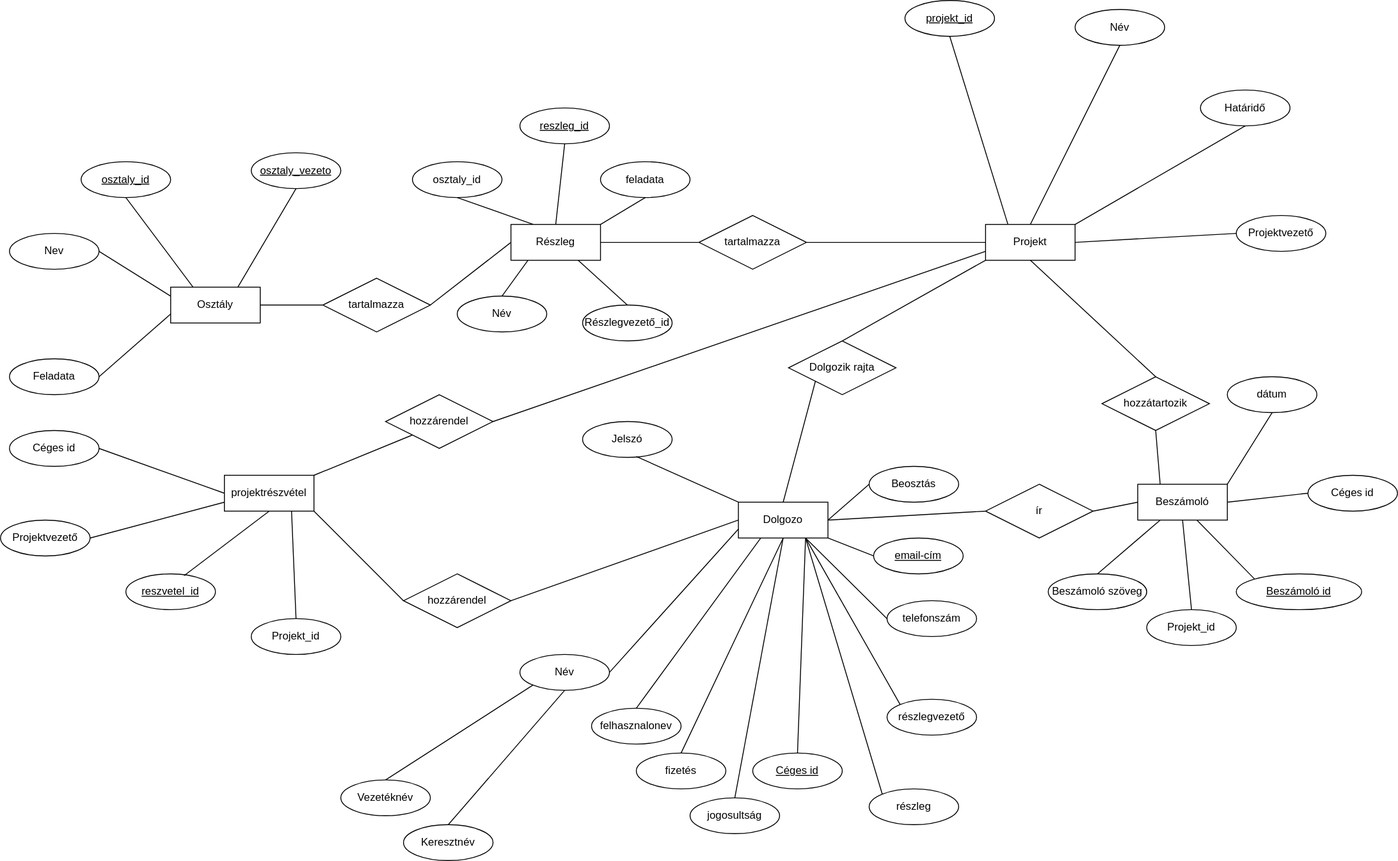
Earlier version of the draw.io export adatb.drawio.svg (Alfonz33/adatbazis-projektmunka). Source tidied: cells renumbered, new cells last; positions are measured from the earlier drawing's top-left corner, leaving out a move shared by most shapes.
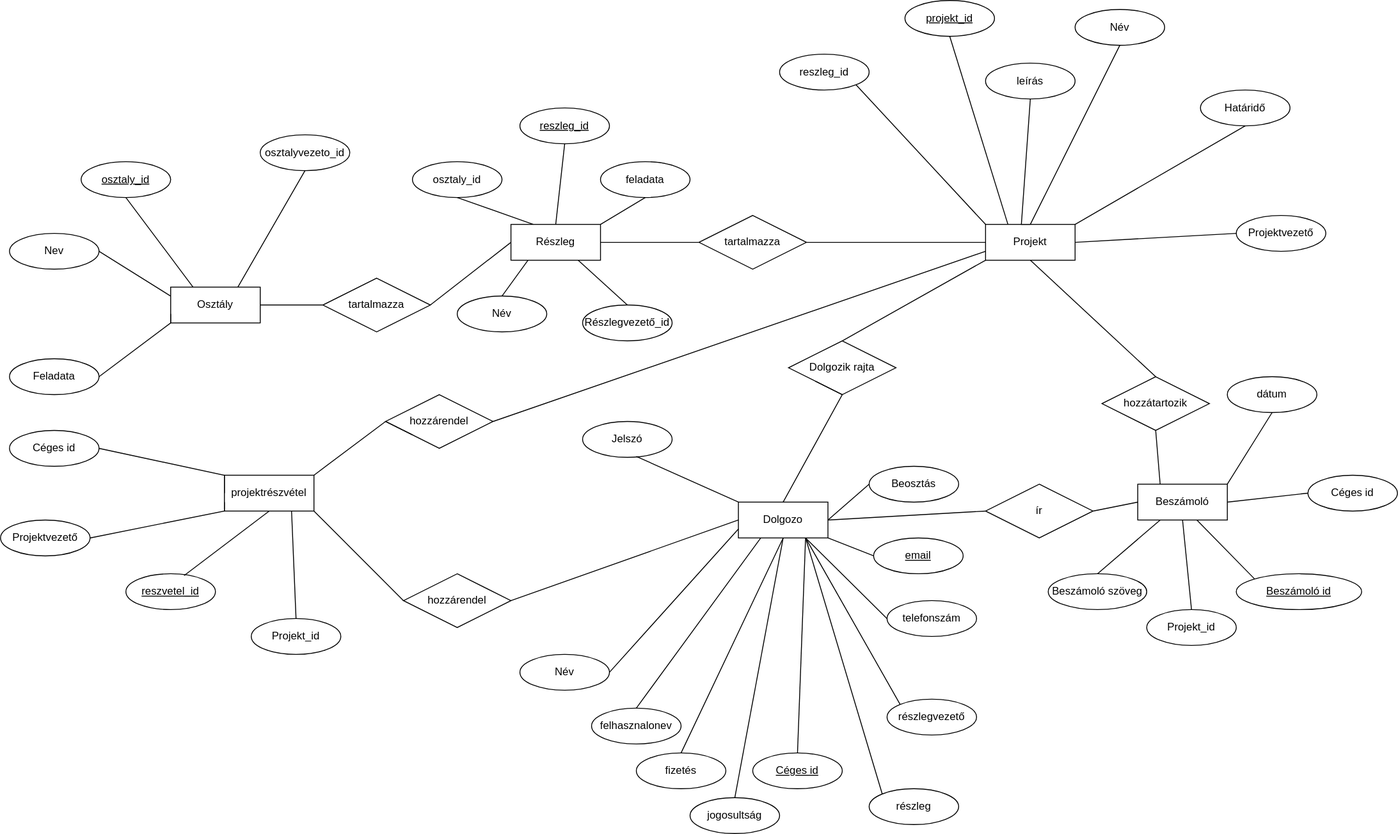
After the commit.

What changed in the source:
```diff
@@ -56,14 +56,12 @@
     <mxCell id="19" value="Projektvezető" style="ellipse;whiteSpace=wrap;html=1;align=center;" parent="1" vertex="1">
       <mxGeometry x="1380" y="240" width="100" height="40" as="geometry" />
     </mxCell>
-    <mxCell id="20" value="Vezetéknév" style="ellipse;whiteSpace=wrap;html=1;align=center;" parent="1" vertex="1">
-      <mxGeometry x="380" y="870" width="100" height="40" as="geometry" />
-    </mxCell>
-    <mxCell id="21" value="Keresztnév" style="ellipse;whiteSpace=wrap;html=1;align=center;" parent="1" vertex="1">
-      <mxGeometry x="450" y="920" width="100" height="40" as="geometry" />
-    </mxCell>
     <mxCell id="22" style="endArrow=none;html=1;rounded=0;exitX=1;exitY=0.5;exitDx=0;exitDy=0;entryX=0;entryY=0.75;entryDx=0;entryDy=0;" parent="1" edge="1" source="14" target="11">
-      <mxGeometry relative="1" as="geometry" />
+      <mxGeometry relative="1" as="geometry">
+        <Array as="points">
+          <mxPoint x="190" y="360" />
+        </Array>
+      </mxGeometry>
     </mxCell>
     <mxCell id="23" value="Nev" style="ellipse;whiteSpace=wrap;html=1;align=center;" parent="1" vertex="1">
       <mxGeometry x="10" y="260" width="100" height="40" as="geometry" />
@@ -77,10 +75,7 @@
     <mxCell id="26" style="endArrow=none;html=1;rounded=0;exitX=0.5;exitY=1;exitDx=0;exitDy=0;entryX=0.25;entryY=0;entryDx=0;entryDy=0;" parent="1" edge="1" source="25" target="11">
       <mxGeometry relative="1" as="geometry" />
     </mxCell>
-    <mxCell id="27" value="osztaly_vezeto" style="ellipse;whiteSpace=wrap;html=1;align=center;fontStyle=4;" parent="1" vertex="1">
-      <mxGeometry x="280" y="170" width="100" height="40" as="geometry" />
-    </mxCell>
-    <mxCell id="28" style="endArrow=none;html=1;rounded=0;exitX=0.5;exitY=1;exitDx=0;exitDy=0;entryX=0.75;entryY=0;entryDx=0;entryDy=0;" parent="1" edge="1" source="27" target="11">
+    <mxCell id="28" style="endArrow=none;html=1;rounded=0;exitX=0.5;exitY=1;exitDx=0;exitDy=0;entryX=0.75;entryY=0;entryDx=0;entryDy=0;" parent="1" edge="1" source="105" target="11">
       <mxGeometry relative="1" as="geometry" />
     </mxCell>
     <mxCell id="29" value="tartalmazza" style="shape=rhombus;perimeter=rhombusPerimeter;whiteSpace=wrap;html=1;align=center;" parent="1" vertex="1">
@@ -180,7 +175,11 @@
       <mxGeometry x="880" y="380" width="120" height="60" as="geometry" />
     </mxCell>
     <mxCell id="61" style="endArrow=none;html=1;rounded=0;exitX=0;exitY=1;exitDx=0;exitDy=0;entryX=0.5;entryY=0;entryDx=0;entryDy=0;" parent="1" edge="1" source="60" target="2">
-      <mxGeometry relative="1" as="geometry" />
+      <mxGeometry relative="1" as="geometry">
+        <Array as="points">
+          <mxPoint x="940" y="440" />
+        </Array>
+      </mxGeometry>
     </mxCell>
     <mxCell id="62" style="endArrow=none;html=1;rounded=0;exitX=0.6;exitY=0.975;exitDx=0;exitDy=0;exitPerimeter=0;entryX=0;entryY=0;entryDx=0;entryDy=0;" parent="1" edge="1" source="12" target="2">
       <mxGeometry relative="1" as="geometry" />
@@ -198,19 +197,31 @@
       <mxGeometry x="250" y="530" width="100" height="40" as="geometry" />
     </mxCell>
     <mxCell id="67" style="endArrow=none;html=1;rounded=0;exitX=1;exitY=0;exitDx=0;exitDy=0;entryX=0;entryY=1;entryDx=0;entryDy=0;" parent="1" edge="1" source="66" target="64">
-      <mxGeometry relative="1" as="geometry" />
+      <mxGeometry relative="1" as="geometry">
+        <Array as="points">
+          <mxPoint x="430" y="470" />
+        </Array>
+      </mxGeometry>
     </mxCell>
     <mxCell id="68" value="Céges id" style="ellipse;whiteSpace=wrap;html=1;align=center;" parent="1" vertex="1">
       <mxGeometry x="10" y="480" width="100" height="40" as="geometry" />
     </mxCell>
     <mxCell id="69" style="endArrow=none;html=1;rounded=0;exitX=1;exitY=0.5;exitDx=0;exitDy=0;entryX=0;entryY=0.5;entryDx=0;entryDy=0;" parent="1" edge="1" source="68" target="66">
-      <mxGeometry relative="1" as="geometry" />
+      <mxGeometry relative="1" as="geometry">
+        <Array as="points">
+          <mxPoint x="250" y="530" />
+        </Array>
+      </mxGeometry>
     </mxCell>
     <mxCell id="70" value="Projektvezető" style="ellipse;whiteSpace=wrap;html=1;align=center;" parent="1" vertex="1">
       <mxGeometry y="580" width="100" height="40" as="geometry" />
     </mxCell>
     <mxCell id="71" style="endArrow=none;html=1;rounded=0;entryX=0;entryY=0.75;entryDx=0;entryDy=0;exitX=1;exitY=0.5;exitDx=0;exitDy=0;" parent="1" edge="1" source="70" target="66">
-      <mxGeometry relative="1" as="geometry" />
+      <mxGeometry relative="1" as="geometry">
+        <Array as="points">
+          <mxPoint x="250" y="570" />
+        </Array>
+      </mxGeometry>
     </mxCell>
     <mxCell id="72" value="reszvetel_&lt;span style=&quot;background-color: initial;&quot;&gt;id&lt;/span&gt;" style="ellipse;whiteSpace=wrap;html=1;align=center;fontStyle=4;" parent="1" vertex="1">
       <mxGeometry x="140" y="640" width="100" height="40" as="geometry" />
@@ -233,16 +244,10 @@
     <mxCell id="78" style="endArrow=none;html=1;rounded=0;exitX=1;exitY=0.5;exitDx=0;exitDy=0;entryX=0;entryY=0.5;entryDx=0;entryDy=0;" parent="1" edge="1" source="15" target="2">
       <mxGeometry relative="1" as="geometry" />
     </mxCell>
-    <mxCell id="79" style="endArrow=none;html=1;rounded=0;exitX=0;exitY=1;exitDx=0;exitDy=0;entryX=0.5;entryY=0;entryDx=0;entryDy=0;" parent="1" edge="1" source="9" target="20">
-      <mxGeometry relative="1" as="geometry" />
-    </mxCell>
-    <mxCell id="80" style="endArrow=none;html=1;rounded=0;exitX=0.5;exitY=0;exitDx=0;exitDy=0;entryX=0.5;entryY=1;entryDx=0;entryDy=0;" parent="1" edge="1" source="21" target="9">
-      <mxGeometry relative="1" as="geometry" />
-    </mxCell>
     <mxCell id="81" value="felhasznalonev" style="ellipse;whiteSpace=wrap;html=1;align=center;" parent="1" vertex="1">
       <mxGeometry x="660" y="790" width="100" height="40" as="geometry" />
     </mxCell>
-    <mxCell id="82" value="email-cím" style="ellipse;whiteSpace=wrap;html=1;align=center;fontStyle=4;" parent="1" vertex="1">
+    <mxCell id="82" value="email" style="ellipse;whiteSpace=wrap;html=1;align=center;fontStyle=4;" parent="1" vertex="1">
       <mxGeometry x="975" y="600" width="100" height="40" as="geometry" />
     </mxCell>
     <mxCell id="83" value="telefonszám" style="ellipse;whiteSpace=wrap;html=1;align=center;" parent="1" vertex="1">
@@ -299,5 +304,24 @@
     <mxCell id="100" style="endArrow=none;html=1;rounded=0;exitX=1;exitY=0;exitDx=0;exitDy=0;entryX=0.5;entryY=1;entryDx=0;entryDy=0;" parent="1" edge="1" source="3" target="99">
       <mxGeometry relative="1" as="geometry" />
     </mxCell>
+    <mxCell id="101" value="reszleg_id" style="ellipse;whiteSpace=wrap;html=1;align=center;" parent="1" vertex="1">
+      <mxGeometry x="870" y="60" width="100" height="40" as="geometry" />
+    </mxCell>
+    <mxCell id="102" style="endArrow=none;html=1;rounded=0;exitX=1;exitY=1;exitDx=0;exitDy=0;entryX=0;entryY=0;entryDx=0;entryDy=0;" parent="1" edge="1" source="101" target="8">
+      <mxGeometry relative="1" as="geometry" />
+    </mxCell>
+    <mxCell id="103" value="leírás" style="ellipse;whiteSpace=wrap;html=1;align=center;" parent="1" vertex="1">
+      <mxGeometry x="1100" y="70" width="100" height="40" as="geometry" />
+    </mxCell>
+    <mxCell id="104" style="endArrow=none;html=1;rounded=0;exitX=0.5;exitY=1;exitDx=0;exitDy=0;entryX=0.5;entryY=0;entryDx=0;entryDy=0;" parent="1" edge="1" source="103" target="8">
+      <mxGeometry relative="1" as="geometry">
+        <Array as="points">
+          <mxPoint x="1140" y="250" />
+        </Array>
+      </mxGeometry>
+    </mxCell>
+    <mxCell id="105" value="osztalyvezeto_id" style="ellipse;whiteSpace=wrap;html=1;align=center;" parent="1" vertex="1">
+      <mxGeometry x="290" y="150" width="100" height="40" as="geometry" />
+    </mxCell>
   </root>
 </mxGraphModel>
```
